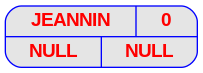
Above: ex1/img/png/prenoms_v00.png in danilorodrigues128/FilRougeAAP (Graphviz), before the change. Its source is kept beside it as ex1/img/dot/prenoms_v00.dot.
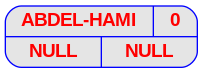
The same file after the commit.

What changed in the source:
```diff
@@ -14,6 +14,6 @@
 		color     = "blue"
 	]
 
-	JEANNIN [label = "{{<c> JEANNIN | <b> 0} | { <g> | <d>}}"];
-	JEANNIN [label = "{{<c> JEANNIN | <b> 0} | { <g> NULL | <d> NULL}}"];
+	"ABDEL-HAMI" [label = "{{<c> ABDEL-HAMI | <b> 0} | { <g> | <d>}}"];
+	"ABDEL-HAMI" [label = "{{<c> ABDEL-HAMI | <b> 0} | { <g> NULL | <d> NULL}}"];
 }
```
